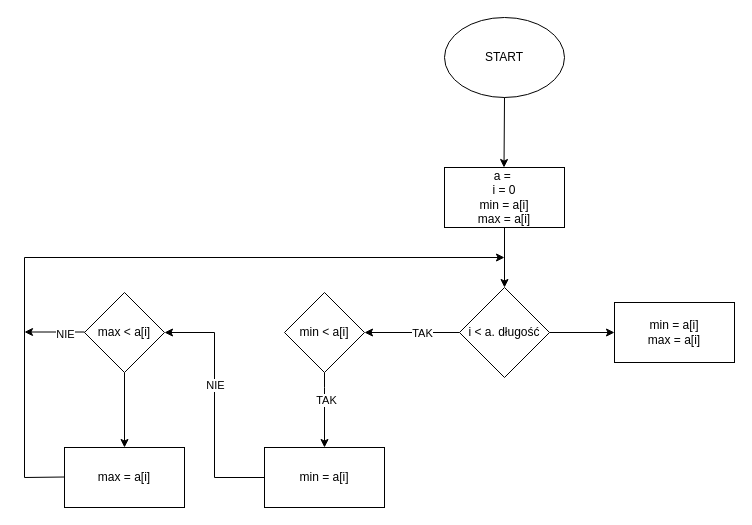
Above: min-max-elementów_tablicy.drawio in ZiembaAdrian/algorytmy (draw.io), before the change. Source tidied: cells renumbered, new cells numbered last; positions are measured from the earlier drawing's top-left corner, leaving out a move shared by most shapes. Both pictures are drawn from the tidied source at 100%, with x=0, y=0 at pixel (24, 17).
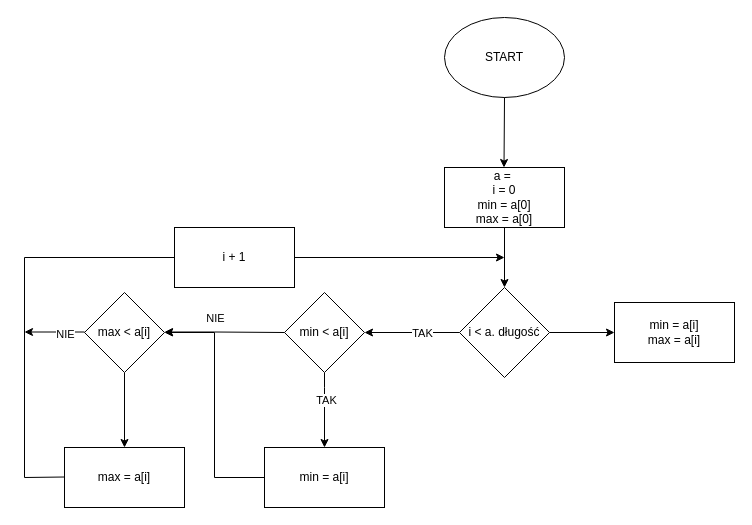
The same page after the edit.

The change refers to these unchanged cells:
```xml
<mxCell id="12" value="min &amp;lt; a[i]" style="rhombus;whiteSpace=wrap;html=1;" parent="1" vertex="1">
  <mxGeometry x="260" y="275" width="80" height="80" as="geometry" />
</mxCell>
<mxCell id="17" style="endArrow=classic;html=1;rounded=0;entryX=1;entryY=0.5;entryDx=0;entryDy=0;exitX=0;exitY=0.5;exitDx=0;exitDy=0;" parent="1" edge="1" source="13" target="15">
  <mxGeometry relative="1" as="geometry">
    <Array as="points">
      <mxPoint x="190" y="460" />
      <mxPoint x="190" y="315" />
    </Array>
  </mxGeometry>
</mxCell>
```

The edit, as a diff of the source:
```diff
@@
-    <mxCell id="4" value="a =&amp;nbsp;&lt;br&gt;i = 0&lt;br&gt;min = a[i]&lt;br&gt;max = a[i]" style="rounded=0;whiteSpace=wrap;html=1;" parent="1" vertex="1">
+    <mxCell id="4" value="a =&amp;nbsp;&lt;br&gt;i = 0&lt;br&gt;min = a[0]&lt;br&gt;max = a[0]" style="rounded=0;whiteSpace=wrap;html=1;" parent="1" vertex="1">
       <mxGeometry x="420" y="150" width="120" height="60" as="geometry" />
     </mxCell>
@@
     <mxCell id="18" value="NIE" style="edgeLabel;html=1;align=center;verticalAlign=middle;" parent="17" vertex="1">
-      <mxGeometry x="0.17" relative="1" as="geometry" />
+      <mxGeometry x="0.17" relative="1" as="geometry">
+        <mxPoint y="-67" as="offset" />
+      </mxGeometry>
     </mxCell>
@@
-    <mxCell id="21" style="endArrow=classic;html=1;rounded=0;" parent="1" edge="1">
+    <mxCell id="21" style="endArrow=classic;html=1;rounded=0;startArrow=none;exitX=1;exitY=0.5;exitDx=0;exitDy=0;" parent="1" edge="1" source="25">
       <mxGeometry relative="1" as="geometry">
-        <mxPoint x="40" y="459.5" as="sourcePoint" />
         <mxPoint x="480" y="240" as="targetPoint" />
-        <Array as="points">
-          <mxPoint y="460" />
-          <mxPoint y="240" />
-        </Array>
       </mxGeometry>
     </mxCell>
@@
+    <mxCell id="23" style="endArrow=classic;html=1;rounded=0;entryX=1;entryY=0.5;entryDx=0;entryDy=0;exitX=0;exitY=0.5;exitDx=0;exitDy=0;" parent="1" edge="1" source="12">
+      <mxGeometry relative="1" as="geometry">
+        <mxPoint x="140" y="314.5" as="targetPoint" />
+        <Array as="points">
+          <mxPoint x="190" y="314.5" />
+        </Array>
+      </mxGeometry>
+    </mxCell>
+    <mxCell id="24" style="endArrow=none;html=1;rounded=0;entryX=0;entryY=0.5;entryDx=0;entryDy=0;" parent="1" edge="1" target="25">
+      <mxGeometry relative="1" as="geometry">
+        <mxPoint x="40" y="459.5" as="sourcePoint" />
+        <Array as="points">
+          <mxPoint y="460" />
+          <mxPoint y="240" />
+        </Array>
+      </mxGeometry>
+    </mxCell>
+    <mxCell id="25" value="i + 1" style="rounded=0;whiteSpace=wrap;html=1;" parent="1" vertex="1">
+      <mxGeometry x="150" y="210" width="120" height="60" as="geometry" />
+    </mxCell>
```
